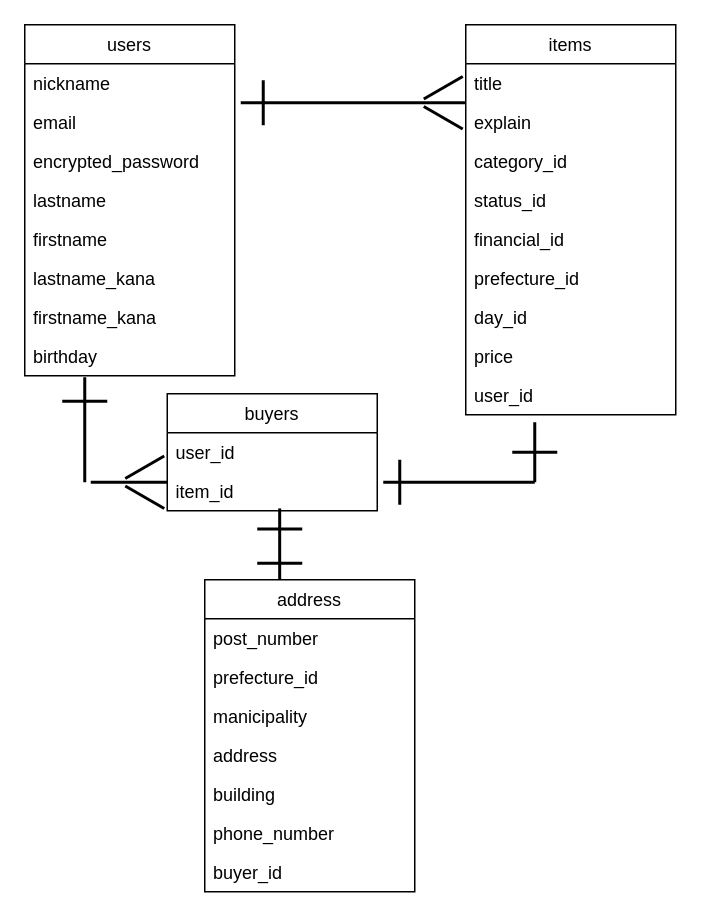
The draw.io diagram furima.dio in 00ryohey00/furima-33853, before the edit. Source tidied: cells renumbered, new cells numbered last; positions are measured from the earlier drawing's top-left corner, leaving out a move shared by most shapes. Both pictures are drawn from the tidied source at 150%, with x=0, y=0 at pixel (24, 24).
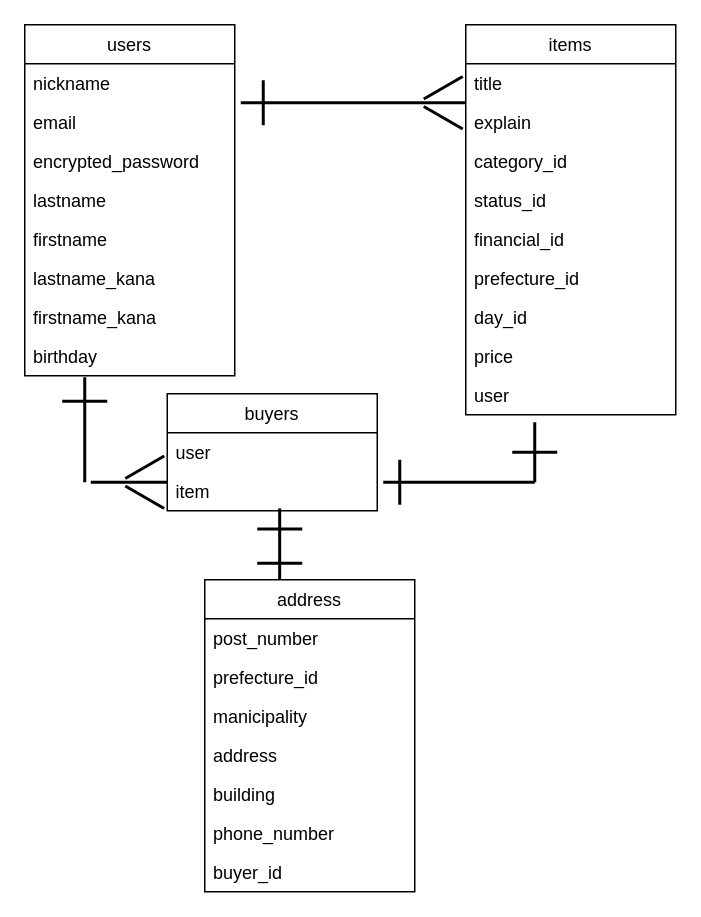
The same page after the edit.

Commit message (it also covers changes not shown here):
データベース設計修正3

The change refers to these unchanged cells:
```xml
<mxCell id="11" value="items" style="swimlane;fontStyle=0;horizontal=1;startSize=26;fillColor=none;" parent="1" vertex="1">
  <mxGeometry x="294" width="140" height="260" as="geometry" />
</mxCell>
<mxCell id="21" value="buyers" style="swimlane;fontStyle=0;horizontal=1;startSize=26;fillColor=none;" parent="1" vertex="1">
  <mxGeometry x="95" y="246" width="140" height="78" as="geometry" />
</mxCell>
```

Diff of the diagram source:
```diff
@@
-    <mxCell id="20" value="user_id" style="text;strokeColor=none;fillColor=none;align=left;verticalAlign=top;spacingLeft=4;spacingRight=4;overflow=hidden;" parent="11" vertex="1">
+    <mxCell id="20" value="user" style="text;strokeColor=none;fillColor=none;align=left;verticalAlign=top;spacingLeft=4;spacingRight=4;overflow=hidden;" parent="11" vertex="1">
       <mxGeometry y="234" width="140" height="26" as="geometry" />
     </mxCell>
@@
-    <mxCell id="22" value="user_id" style="text;strokeColor=none;fillColor=none;align=left;verticalAlign=top;spacingLeft=4;spacingRight=4;overflow=hidden;" parent="21" vertex="1">
+    <mxCell id="22" value="user" style="text;strokeColor=none;fillColor=none;align=left;verticalAlign=top;spacingLeft=4;spacingRight=4;overflow=hidden;" parent="21" vertex="1">
       <mxGeometry y="26" width="140" height="26" as="geometry" />
     </mxCell>
-    <mxCell id="23" value="item_id" style="text;strokeColor=none;fillColor=none;align=left;verticalAlign=top;spacingLeft=4;spacingRight=4;overflow=hidden;" parent="21" vertex="1">
+    <mxCell id="23" value="item" style="text;strokeColor=none;fillColor=none;align=left;verticalAlign=top;spacingLeft=4;spacingRight=4;overflow=hidden;" parent="21" vertex="1">
       <mxGeometry y="52" width="140" height="26" as="geometry" />
     </mxCell>
```
